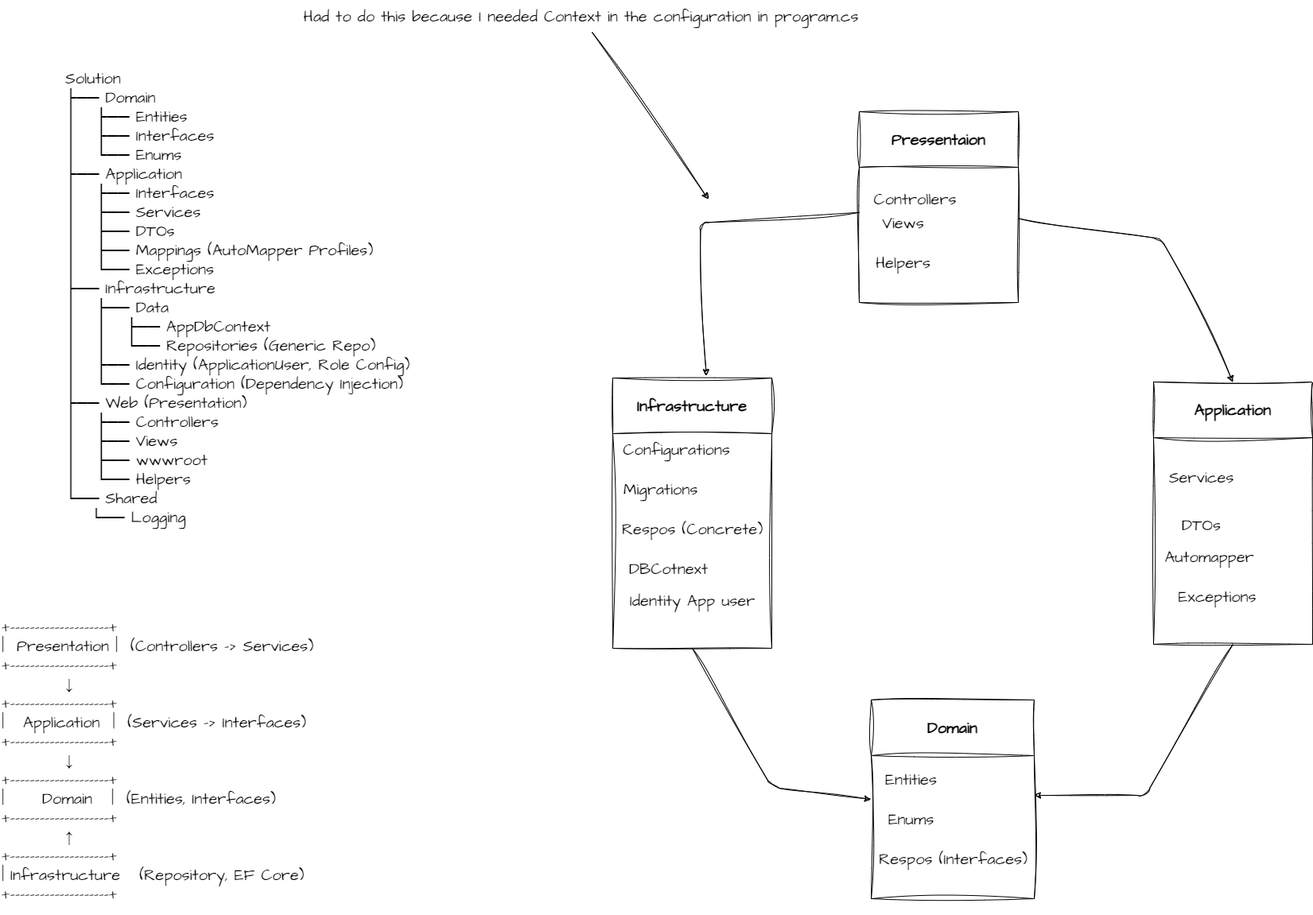
Above: Architecture.drawio.png in Omar-Abo-Ziada/Products-Catalog (draw.io), before the change. Source tidied: cells renumbered, new cells last; positions are measured from the earlier drawing's top-left corner, leaving out a move shared by most shapes.
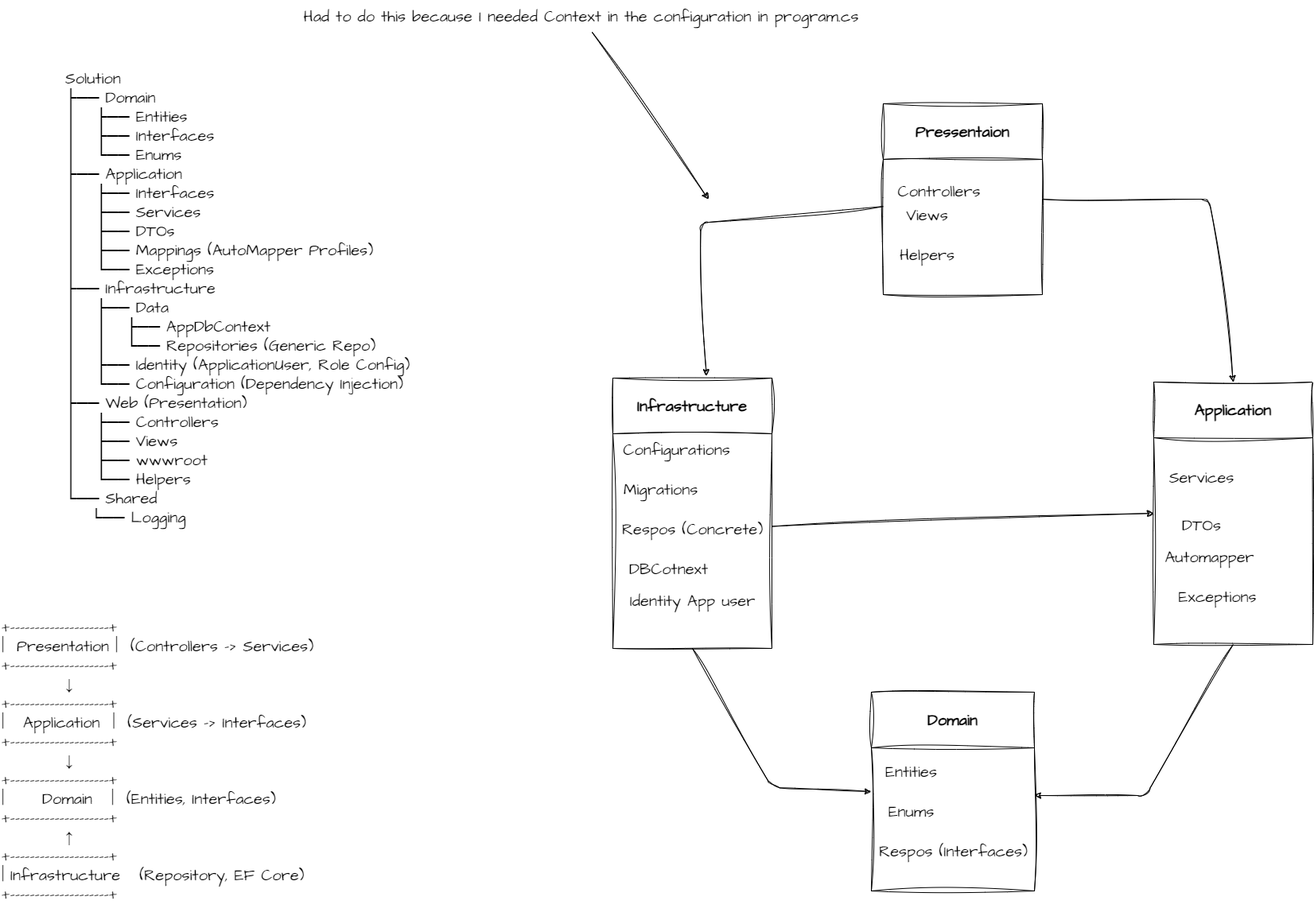
After the commit.

What changed in the source:
```diff
@@ -29,7 +29,7 @@
       <mxGeometry x="20" y="250" width="120" height="40" as="geometry" />
     </mxCell>
     <mxCell id="9" value="Domain" style="swimlane;whiteSpace=wrap;html=1;sketch=1;hachureGap=4;jiggle=2;curveFitting=1;fontFamily=Architects Daughter;fontSource=https%3A%2F%2Ffonts.googleapis.com%2Fcss%3Ffamily%3DArchitects%2BDaughter;fontSize=20;startSize=70;" parent="1" vertex="1">
-      <mxGeometry x="1095" y="880" width="205" height="250" as="geometry" />
+      <mxGeometry x="1095" y="870" width="205" height="250" as="geometry" />
     </mxCell>
     <mxCell id="10" value="Entities" style="text;html=1;align=center;verticalAlign=middle;strokeColor=none;fillColor=none;fontSize=20;fontFamily=Architects Daughter;sketch=1;hachureGap=4;jiggle=2;curveFitting=1;fontSource=https%3A%2F%2Ffonts.googleapis.com%2Fcss%3Ffamily%3DArchitects%2BDaughter;" parent="9" vertex="1">
       <mxGeometry x="5" y="80" width="90" height="40" as="geometry" />
@@ -61,7 +61,7 @@
     <mxCell id="19" style="edgeStyle=none;sketch=1;hachureGap=4;jiggle=2;curveFitting=1;html=1;entryX=0.5;entryY=0;entryDx=0;entryDy=0;fontFamily=Architects Daughter;fontSource=https%3A%2F%2Ffonts.googleapis.com%2Fcss%3Ffamily%3DArchitects%2BDaughter;fontSize=16;" parent="1" edge="1" source="21" target="4">
       <mxGeometry relative="1" as="geometry">
         <Array as="points">
-          <mxPoint x="1460" y="300" />
+          <mxPoint x="1520" y="250" />
         </Array>
       </mxGeometry>
     </mxCell>
@@ -73,7 +73,7 @@
       </mxGeometry>
     </mxCell>
     <mxCell id="21" value="Pressentaion" style="swimlane;whiteSpace=wrap;html=1;sketch=1;hachureGap=4;jiggle=2;curveFitting=1;fontFamily=Architects Daughter;fontSource=https%3A%2F%2Ffonts.googleapis.com%2Fcss%3Ffamily%3DArchitects%2BDaughter;fontSize=20;startSize=70;" parent="1" vertex="1">
-      <mxGeometry x="1080" y="140" width="200" height="240" as="geometry" />
+      <mxGeometry x="1110" y="130" width="200" height="240" as="geometry" />
     </mxCell>
     <mxCell id="22" value="Controllers" style="text;html=1;align=center;verticalAlign=middle;strokeColor=none;fillColor=none;fontSize=20;fontFamily=Architects Daughter;sketch=1;hachureGap=4;jiggle=2;curveFitting=1;fontSource=https%3A%2F%2Ffonts.googleapis.com%2Fcss%3Ffamily%3DArchitects%2BDaughter;" parent="21" vertex="1">
       <mxGeometry x="5" y="90" width="130" height="40" as="geometry" />
@@ -102,5 +102,8 @@
     <mxCell id="28" value="Had to do this because I needed Context in the configuration in program.cs" style="text;html=1;align=center;verticalAlign=middle;points=[];strokeColor=none;fillColor=none;fontSize=20;fontFamily=Architects Daughter;sketch=1;hachureGap=4;jiggle=2;curveFitting=1;fontSource=https%3A%2F%2Ffonts.googleapis.com%2Fcss%3Ffamily%3DArchitects%2BDaughter;" parent="1" vertex="1">
       <mxGeometry x="370" width="720" height="40" as="geometry" />
     </mxCell>
+    <mxCell id="29" style="edgeStyle=none;sketch=1;hachureGap=4;jiggle=2;curveFitting=1;html=1;entryX=0;entryY=0.5;entryDx=0;entryDy=0;fontFamily=Architects Daughter;fontSource=https%3A%2F%2Ffonts.googleapis.com%2Fcss%3Ffamily%3DArchitects%2BDaughter;fontSize=16;" parent="1" edge="1" source="16" target="4">
+      <mxGeometry relative="1" as="geometry" />
+    </mxCell>
   </root>
 </mxGraphModel>
```
